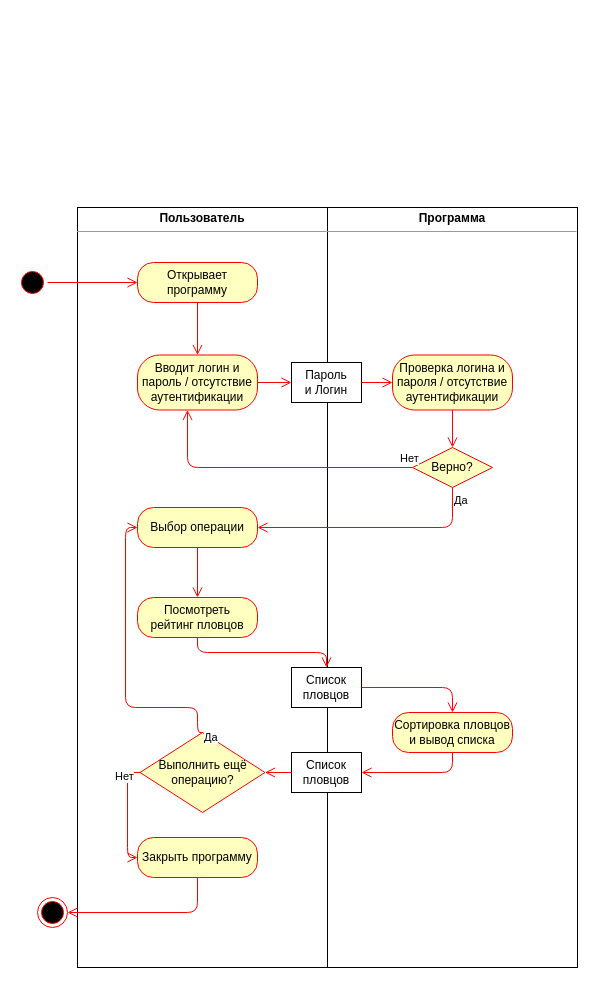
Above: page "Страница 4" (4 of 8) of business_process_diagram.drawio in hardlywave/PPVIS (draw.io), before the change. Source tidied: cells renumbered, new cells numbered last; positions are measured from the earlier drawing's top-left corner, leaving out a move shared by most shapes. Both pictures are drawn from the tidied source at 100%, with x=0, y=0 at pixel (17, 207).
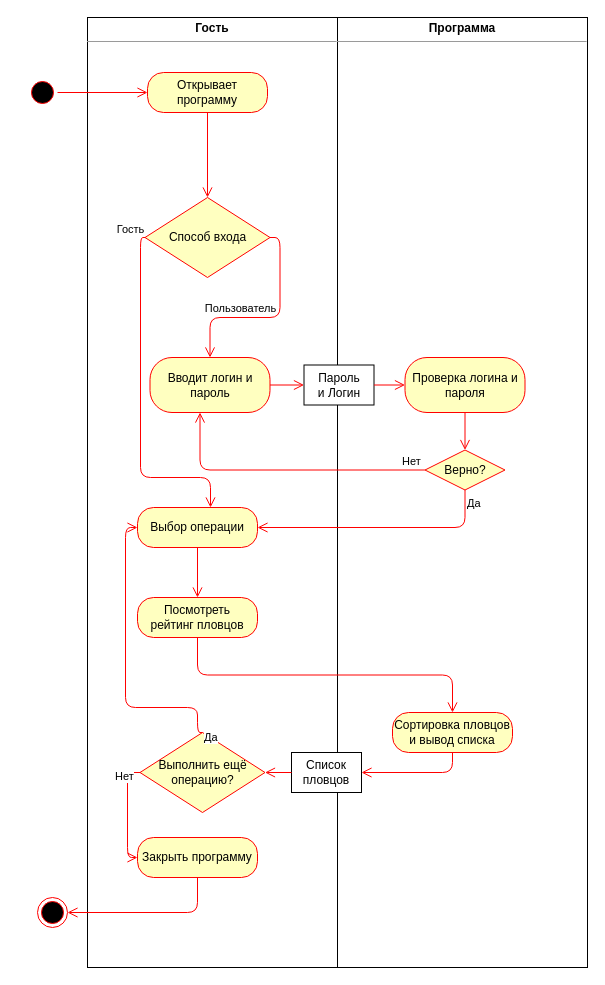
After the change.

Unchanged cells that the change refers to:
```xml
<mxCell id="15" value="Выбор операции" style="rounded=1;whiteSpace=wrap;html=1;arcSize=40;fontColor=#000000;fillColor=#ffffc0;strokeColor=#ff0000;" parent="1" vertex="1">
  <mxGeometry x="120" y="300" width="120" height="40" as="geometry" />
</mxCell>
<mxCell id="17" value="Посмотреть&lt;br&gt;рейтинг пловцов" style="rounded=1;whiteSpace=wrap;html=1;arcSize=40;fontColor=#000000;fillColor=#ffffc0;strokeColor=#ff0000;" parent="1" vertex="1">
  <mxGeometry x="120" y="390" width="120" height="40" as="geometry" />
</mxCell>
<mxCell id="19" value="Сортировка пловцов&lt;br&gt;и вывод списка" style="rounded=1;whiteSpace=wrap;html=1;arcSize=40;fontColor=#000000;fillColor=#ffffc0;strokeColor=#ff0000;" parent="1" vertex="1">
  <mxGeometry x="375" y="505" width="120" height="40" as="geometry" />
</mxCell>
```

What changed in the source:
```diff
@@
-    <mxCell id="2" value="&lt;p style=&quot;margin: 0px ; margin-top: 4px ; text-align: center&quot;&gt;&lt;b&gt;Пользователь&lt;/b&gt;&lt;/p&gt;&lt;hr size=&quot;1&quot;&gt;&lt;div style=&quot;height: 2px&quot;&gt;&lt;/div&gt;" style="verticalAlign=top;align=left;overflow=fill;fontSize=12;fontFamily=Helvetica;html=1;" parent="1" vertex="1">
-      <mxGeometry x="60" width="250" height="760" as="geometry" />
+    <mxCell id="2" value="&lt;p style=&quot;margin: 0px ; margin-top: 4px ; text-align: center&quot;&gt;&lt;b&gt;Гость&lt;/b&gt;&lt;/p&gt;&lt;hr size=&quot;1&quot;&gt;&lt;div style=&quot;height: 2px&quot;&gt;&lt;/div&gt;" style="verticalAlign=top;align=left;overflow=fill;fontSize=12;fontFamily=Helvetica;html=1;" parent="1" vertex="1">
+      <mxGeometry x="70" y="-190" width="250" height="950" as="geometry" />
     </mxCell>
     <mxCell id="3" value="&lt;p style=&quot;margin: 0px ; margin-top: 4px ; text-align: center&quot;&gt;&lt;b&gt;Программа&lt;/b&gt;&lt;/p&gt;&lt;hr size=&quot;1&quot;&gt;&lt;div style=&quot;height: 2px&quot;&gt;&lt;/div&gt;" style="verticalAlign=top;align=left;overflow=fill;fontSize=12;fontFamily=Helvetica;html=1;" parent="1" vertex="1">
-      <mxGeometry x="310" width="250" height="760" as="geometry" />
+      <mxGeometry x="320" y="-190" width="250" height="950" as="geometry" />
     </mxCell>
     <mxCell id="4" style="ellipse;html=1;shape=startState;fillColor=#000000;strokeColor=#ff0000;" parent="1" vertex="1">
-      <mxGeometry y="60" width="30" height="30" as="geometry" />
+      <mxGeometry x="10" y="-130" width="30" height="30" as="geometry" />
     </mxCell>
@@
     <mxCell id="6" value="Открывает программу" style="rounded=1;whiteSpace=wrap;html=1;arcSize=40;fontColor=#000000;fillColor=#ffffc0;strokeColor=#ff0000;" parent="1" vertex="1">
-      <mxGeometry x="120" y="55" width="120" height="40" as="geometry" />
+      <mxGeometry x="130" y="-135" width="120" height="40" as="geometry" />
     </mxCell>
-    <mxCell id="7" style="edgeStyle=orthogonalEdgeStyle;html=1;verticalAlign=bottom;endArrow=open;endSize=8;strokeColor=#ff0000;entryX=0.5;entryY=0;entryDx=0;entryDy=0;" parent="1" edge="1" source="6" target="8">
+    <mxCell id="7" style="edgeStyle=orthogonalEdgeStyle;html=1;verticalAlign=bottom;endArrow=open;endSize=8;strokeColor=#ff0000;" parent="1" edge="1" source="6" target="38">
       <mxGeometry relative="1" as="geometry" />
     </mxCell>
-    <mxCell id="8" value="Вводит логин и пароль / отсутствие аутентификации" style="rounded=1;whiteSpace=wrap;html=1;arcSize=40;fontColor=#000000;fillColor=#ffffc0;strokeColor=#ff0000;" parent="1" vertex="1">
-      <mxGeometry x="120" y="147.5" width="120" height="55" as="geometry" />
-    </mxCell>
-    <mxCell id="9" style="edgeStyle=orthogonalEdgeStyle;html=1;verticalAlign=bottom;endArrow=open;endSize=8;strokeColor=#ff0000;entryX=0;entryY=0.5;entryDx=0;entryDy=0;" parent="1" edge="1" source="8" target="31">
-      <mxGeometry relative="1" as="geometry" />
-    </mxCell>
-    <mxCell id="10" value="Верно?" style="rhombus;whiteSpace=wrap;html=1;fillColor=#ffffc0;strokeColor=#ff0000;" parent="1" vertex="1">
-      <mxGeometry x="395" y="240" width="80" height="40" as="geometry" />
-    </mxCell>
-    <mxCell id="11" value="Нет" style="edgeStyle=orthogonalEdgeStyle;html=1;align=left;verticalAlign=bottom;endArrow=open;endSize=8;strokeColor=#ff0000;" parent="1" edge="1" source="10" target="8">
-      <mxGeometry x="-0.9" relative="1" as="geometry">
-        <Array as="points">
-          <mxPoint x="170" y="260" />
-        </Array>
-      </mxGeometry>
-    </mxCell>
-    <mxCell id="12" value="Да" style="edgeStyle=orthogonalEdgeStyle;html=1;align=left;verticalAlign=top;endArrow=open;endSize=8;strokeColor=#ff0000;entryX=1;entryY=0.5;entryDx=0;entryDy=0;exitX=0.5;exitY=1;exitDx=0;exitDy=0;" parent="1" edge="1" source="10" target="15">
-      <mxGeometry x="-1" relative="1" as="geometry" />
-    </mxCell>
-    <mxCell id="13" value="Проверка логина и пароля / отсутствие аутентификации" style="rounded=1;whiteSpace=wrap;html=1;arcSize=40;fontColor=#000000;fillColor=#ffffc0;strokeColor=#ff0000;" parent="1" vertex="1">
-      <mxGeometry x="375" y="147.5" width="120" height="55" as="geometry" />
-    </mxCell>
-    <mxCell id="14" style="edgeStyle=orthogonalEdgeStyle;html=1;verticalAlign=bottom;endArrow=open;endSize=8;strokeColor=#ff0000;exitX=0.5;exitY=1;exitDx=0;exitDy=0;" parent="1" edge="1" source="13" target="10">
-      <mxGeometry relative="1" as="geometry" />
-    </mxCell>
@@
-    <mxCell id="18" value="Список&lt;br&gt;пловцов" style="rounded=0;whiteSpace=wrap;html=1;" parent="1" vertex="1">
-      <mxGeometry x="274" y="460" width="70" height="40" as="geometry" />
-    </mxCell>
@@
-    <mxCell id="20" style="edgeStyle=orthogonalEdgeStyle;html=1;verticalAlign=bottom;endArrow=open;endSize=8;strokeColor=#ff0000;exitX=1;exitY=0.5;exitDx=0;exitDy=0;entryX=0.5;entryY=0;entryDx=0;entryDy=0;" parent="1" edge="1" source="18" target="19">
-      <mxGeometry relative="1" as="geometry" />
-    </mxCell>
-    <mxCell id="21" style="edgeStyle=orthogonalEdgeStyle;html=1;verticalAlign=bottom;endArrow=open;endSize=8;strokeColor=#ff0000;exitX=0.5;exitY=1;exitDx=0;exitDy=0;" parent="1" edge="1" source="17" target="18">
+    <mxCell id="21" style="edgeStyle=orthogonalEdgeStyle;html=1;verticalAlign=bottom;endArrow=open;endSize=8;strokeColor=#ff0000;exitX=0.5;exitY=1;exitDx=0;exitDy=0;" parent="1" edge="1" source="17" target="19">
       <mxGeometry relative="1" as="geometry" />
     </mxCell>
@@
+    <mxCell id="33" value="Вводит логин и пароль" style="rounded=1;whiteSpace=wrap;html=1;arcSize=40;fontColor=#000000;fillColor=#ffffc0;strokeColor=#ff0000;" parent="1" vertex="1">
+      <mxGeometry x="132.5" y="150" width="120" height="55" as="geometry" />
+    </mxCell>
+    <mxCell id="34" style="edgeStyle=orthogonalEdgeStyle;html=1;verticalAlign=bottom;endArrow=open;endSize=8;strokeColor=#ff0000;entryX=0;entryY=0.5;entryDx=0;entryDy=0;" parent="1" edge="1" source="33" target="31">
+      <mxGeometry relative="1" as="geometry" />
+    </mxCell>
+    <mxCell id="10" value="Верно?" style="rhombus;whiteSpace=wrap;html=1;fillColor=#ffffc0;strokeColor=#ff0000;" parent="1" vertex="1">
+      <mxGeometry x="407.5" y="242.5" width="80" height="40" as="geometry" />
+    </mxCell>
+    <mxCell id="11" value="Нет" style="edgeStyle=orthogonalEdgeStyle;html=1;align=left;verticalAlign=bottom;endArrow=open;endSize=8;strokeColor=#ff0000;" parent="1" edge="1" source="10" target="33">
+      <mxGeometry x="-0.82" relative="1" as="geometry">
+        <Array as="points">
+          <mxPoint x="182.5" y="262.5" />
+        </Array>
+      </mxGeometry>
+    </mxCell>
+    <mxCell id="12" value="Да" style="edgeStyle=orthogonalEdgeStyle;html=1;align=left;verticalAlign=top;endArrow=open;endSize=8;strokeColor=#ff0000;entryX=1;entryY=0.5;entryDx=0;entryDy=0;exitX=0.5;exitY=1;exitDx=0;exitDy=0;" parent="1" edge="1" source="10" target="15">
+      <mxGeometry x="-1" relative="1" as="geometry" />
+    </mxCell>
+    <mxCell id="35" value="Проверка логина и пароля" style="rounded=1;whiteSpace=wrap;html=1;arcSize=40;fontColor=#000000;fillColor=#ffffc0;strokeColor=#ff0000;" parent="1" vertex="1">
+      <mxGeometry x="387.5" y="150" width="120" height="55" as="geometry" />
+    </mxCell>
+    <mxCell id="36" style="edgeStyle=orthogonalEdgeStyle;html=1;verticalAlign=bottom;endArrow=open;endSize=8;strokeColor=#ff0000;exitX=0.5;exitY=1;exitDx=0;exitDy=0;" parent="1" edge="1" source="35" target="10">
+      <mxGeometry relative="1" as="geometry" />
+    </mxCell>
     <mxCell id="31" value="Пароль&lt;br&gt;и Логин" style="rounded=0;whiteSpace=wrap;html=1;" parent="1" vertex="1">
-      <mxGeometry x="274" y="155" width="70" height="40" as="geometry" />
+      <mxGeometry x="286.5" y="157.5" width="70" height="40" as="geometry" />
     </mxCell>
-    <mxCell id="32" style="edgeStyle=orthogonalEdgeStyle;html=1;verticalAlign=bottom;endArrow=open;endSize=8;strokeColor=#ff0000;entryX=0;entryY=0.5;entryDx=0;entryDy=0;exitX=1;exitY=0.5;exitDx=0;exitDy=0;" parent="1" edge="1" source="31" target="13">
-      <mxGeometry relative="1" as="geometry" />
-    </mxCell>
+    <mxCell id="37" style="edgeStyle=orthogonalEdgeStyle;html=1;verticalAlign=bottom;endArrow=open;endSize=8;strokeColor=#ff0000;entryX=0;entryY=0.5;entryDx=0;entryDy=0;exitX=1;exitY=0.5;exitDx=0;exitDy=0;" parent="1" edge="1" source="31" target="35">
+      <mxGeometry relative="1" as="geometry" />
+    </mxCell>
+    <mxCell id="38" value="Способ входа" style="rhombus;whiteSpace=wrap;html=1;fillColor=#ffffc0;strokeColor=#ff0000;" parent="1" vertex="1">
+      <mxGeometry x="127.5" y="-10" width="125" height="80" as="geometry" />
+    </mxCell>
+    <mxCell id="39" value="Гость" style="edgeStyle=orthogonalEdgeStyle;html=1;verticalAlign=bottom;endArrow=open;endSize=8;strokeColor=#ff0000;" parent="1" edge="1" source="38" target="15">
+      <mxGeometry x="-0.97" y="-10" relative="1" as="geometry">
+        <Array as="points">
+          <mxPoint x="123" y="30" />
+          <mxPoint x="123" y="270" />
+          <mxPoint x="193" y="270" />
+        </Array>
+      </mxGeometry>
+    </mxCell>
+    <mxCell id="40" value="Пользователь" style="edgeStyle=orthogonalEdgeStyle;html=1;verticalAlign=bottom;endArrow=open;endSize=8;strokeColor=#ff0000;exitX=1;exitY=0.5;exitDx=0;exitDy=0;" parent="1" edge="1" source="38" target="33">
+      <mxGeometry x="0.3" relative="1" as="geometry" />
+    </mxCell>
```
